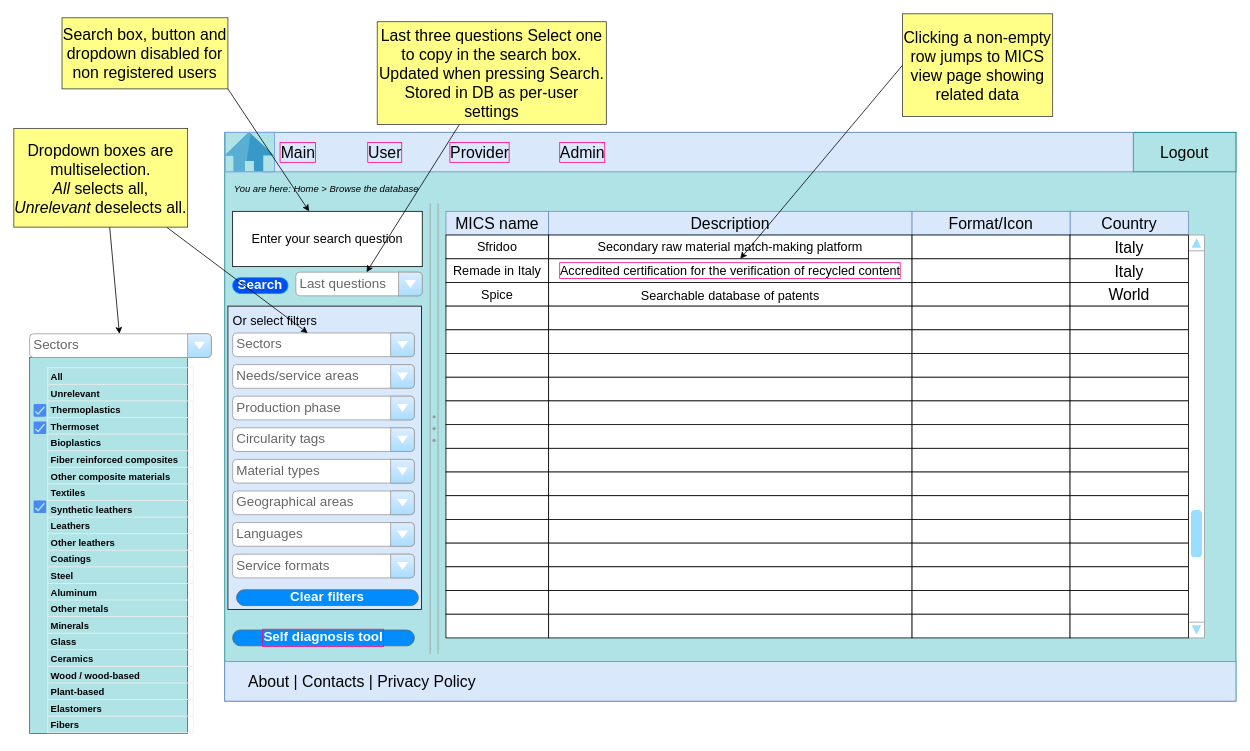
Earlier version of the draw.io diagram page "Database navigation" (4 of 17) of IDP048 UI.drawio.xml (giuseppe-r2m/mics-finder). Source tidied: cells renumbered, new cells numbered last; positions are measured from the earlier drawing's top-left corner, leaving out a move shared by most shapes. Both pictures are drawn from the tidied source at 79%, with x=0, y=0 at pixel (13, 13).
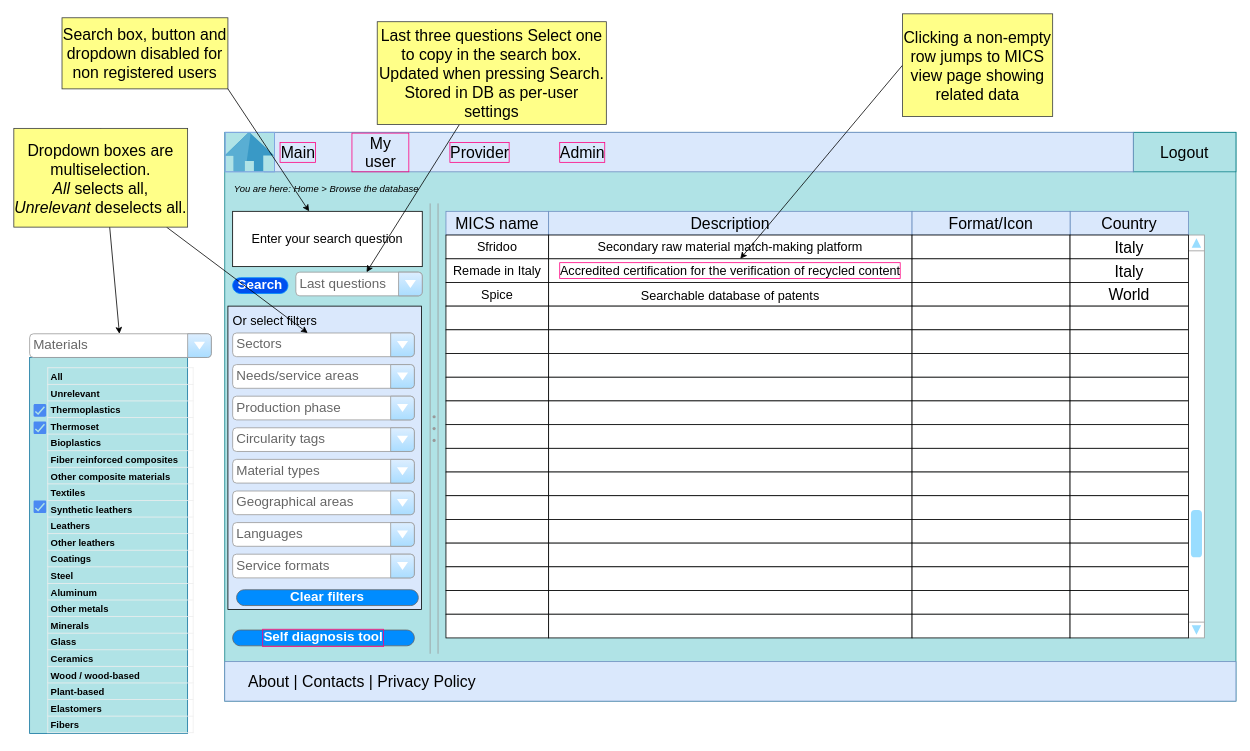
The same diagram, later.

Commit message (it also covers changes not shown here):
[UPD] Updated after some user comments

The change refers to these unchanged cells:
```xml
<mxCell id="3" style="group;" parent="1" vertex="1">
  <mxGeometry x="267" y="150" width="1280" height="720" as="geometry" />
</mxCell>
```

Change to the diagram source:
```diff
@@
-    <mxCell id="9" value="User" style="text;html=1;strokeColor=none;fillColor=none;align=center;verticalAlign=middle;whiteSpace=wrap;rounded=0;fontSize=20;fontColor=#000000;labelBorderColor=#FF0080;" parent="3" vertex="1">
-      <mxGeometry x="173" y="10" width="60" height="30" as="geometry" />
+    <mxCell id="9" value="My user" style="text;html=1;strokeColor=none;fillColor=none;align=center;verticalAlign=middle;whiteSpace=wrap;rounded=0;fontSize=20;fontColor=#000000;labelBorderColor=#FF0080;" parent="3" vertex="1">
+      <mxGeometry x="160" y="10" width="75" height="30" as="geometry" />
     </mxCell>
@@
-    <mxCell id="125" value="Sectors" style="strokeWidth=1;shadow=0;dashed=0;align=center;html=1;shape=mxgraph.mockup.forms.comboBox;strokeColor=#999999;fillColor=#ddeeff;align=left;fillColor2=#aaddff;mainText=;fontColor=#666666;fontSize=17;spacingLeft=3;" parent="1" vertex="1">
+    <mxCell id="125" value="Materials" style="strokeWidth=1;shadow=0;dashed=0;align=center;html=1;shape=mxgraph.mockup.forms.comboBox;strokeColor=#999999;fillColor=#ddeeff;align=left;fillColor2=#aaddff;mainText=;fontColor=#666666;fontSize=17;spacingLeft=3;" parent="1" vertex="1">
       <mxGeometry x="20" y="405" width="230" height="30" as="geometry" />
     </mxCell>
```
